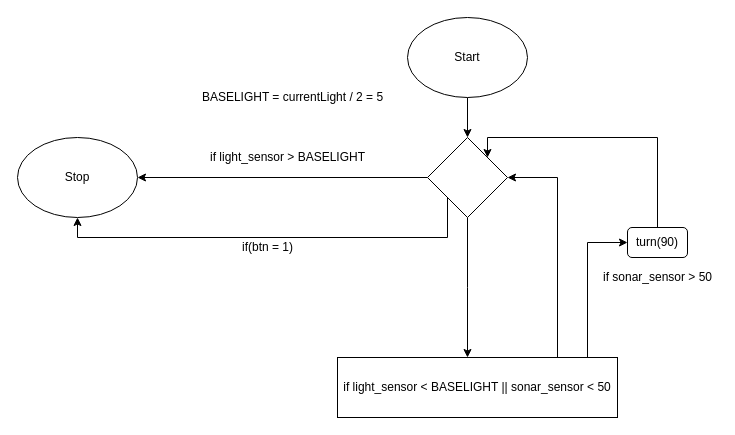
Earlier version of the draw.io diagram verkefni3/verkefni3.drawio (Davygod/ROBO2RG05AU-1). Source tidied: cells renumbered, new cells numbered last; positions are measured from the earlier drawing's top-left corner, leaving out a move shared by most shapes. Both pictures are drawn from the tidied source at 100%, with x=0, y=0 at pixel (17, 17).
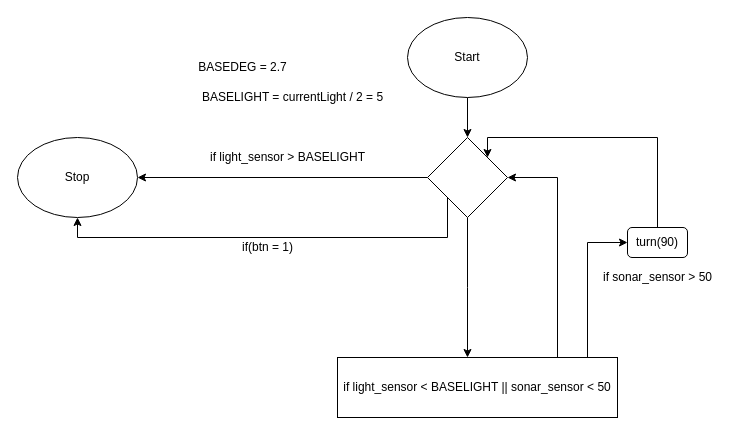
The same diagram, later.

Diff of the diagram source:
```diff
@@
+    <mxCell id="18" value="BASEDEG = 2.7" style="text;html=1;align=center;verticalAlign=middle;strokeColor=none;fillColor=none;" parent="1" vertex="1">
+      <mxGeometry x="175" y="40" width="100" height="20" as="geometry" />
+    </mxCell>
```
